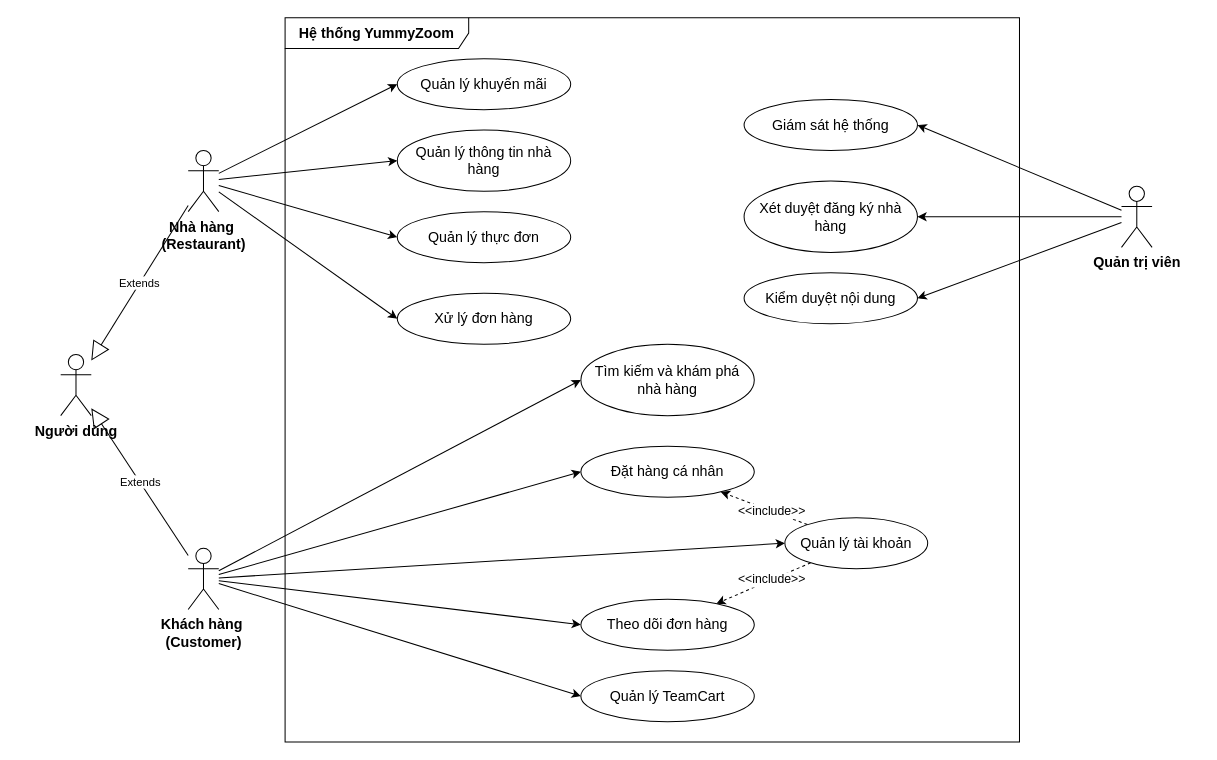
Earlier version of the draw.io diagram report/res/diagrams/usecase_overview.drawio (hoangvu1420/YummyZoom). Source tidied: cells renumbered, new cells numbered last; positions are measured from the earlier drawing's top-left corner, leaving out a move shared by most shapes. Both pictures are drawn from the tidied source at 102%, with x=0, y=0 at pixel (60, 17).
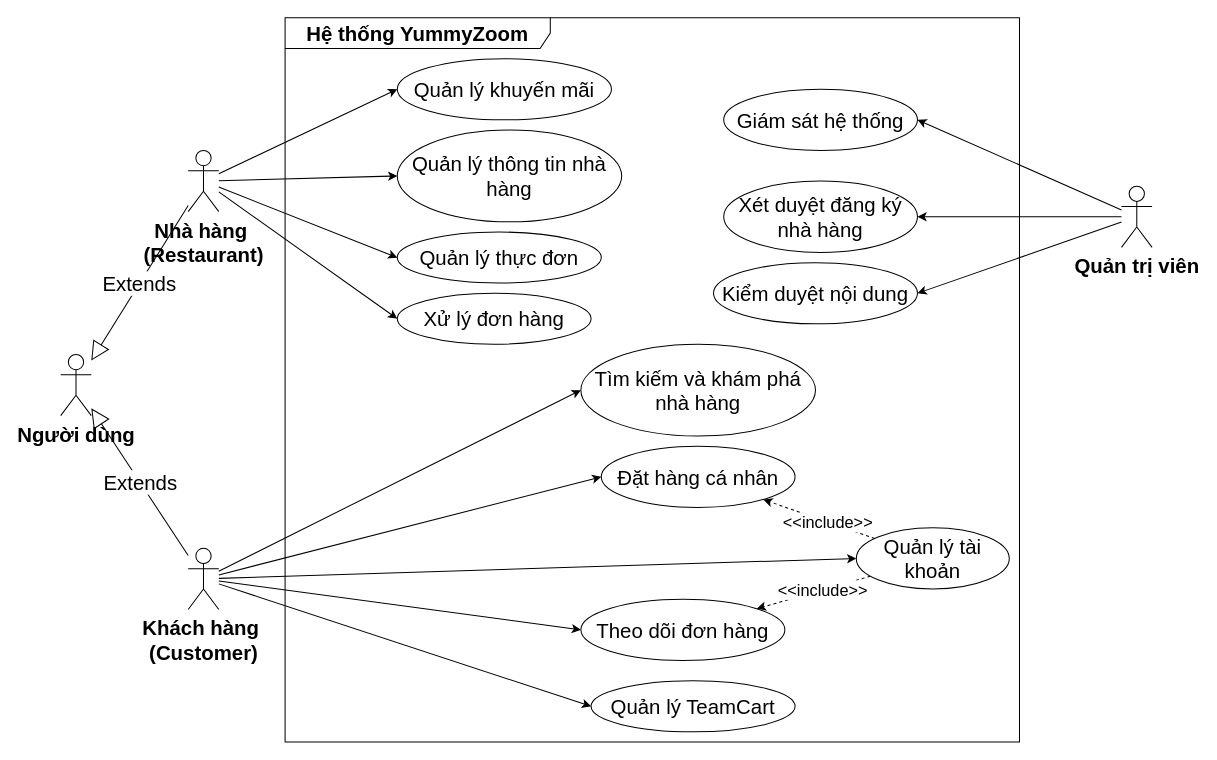
After the change.

Diff of the diagram source:
```diff
@@
-    <mxCell id="2" value="&lt;font style=&quot;font-size: 14px;&quot;&gt;&lt;b&gt;Người dùng&lt;/b&gt;&lt;/font&gt;" style="shape=umlActor;verticalLabelPosition=bottom;verticalAlign=top;html=1;outlineConnect=0;" parent="1" vertex="1">
+    <mxCell id="2" value="&lt;font style=&quot;font-size: 20px;&quot;&gt;&lt;b style=&quot;font-size: 20px;&quot;&gt;Người dùng&lt;/b&gt;&lt;/font&gt;" style="shape=umlActor;verticalLabelPosition=bottom;verticalAlign=top;html=1;outlineConnect=0;fontSize=20;" parent="1" vertex="1">
       <mxGeometry y="330" width="30" height="60" as="geometry" />
     </mxCell>
-    <mxCell id="3" value="&lt;font style=&quot;font-size: 14px;&quot;&gt;&lt;b&gt;Khách hàng&amp;nbsp;&lt;/b&gt;&lt;/font&gt;&lt;div style=&quot;font-size: 14px;&quot;&gt;&lt;font style=&quot;font-size: 14px;&quot;&gt;&lt;b&gt;(Customer)&lt;/b&gt;&lt;/font&gt;&lt;/div&gt;" style="shape=umlActor;verticalLabelPosition=bottom;verticalAlign=top;html=1;outlineConnect=0;" parent="1" vertex="1">
+    <mxCell id="3" value="&lt;font style=&quot;font-size: 20px;&quot;&gt;&lt;b style=&quot;font-size: 20px;&quot;&gt;Khách hàng&amp;nbsp;&lt;/b&gt;&lt;/font&gt;&lt;div style=&quot;font-size: 20px;&quot;&gt;&lt;font style=&quot;font-size: 20px;&quot;&gt;&lt;b style=&quot;font-size: 20px;&quot;&gt;(Customer)&lt;/b&gt;&lt;/font&gt;&lt;/div&gt;" style="shape=umlActor;verticalLabelPosition=bottom;verticalAlign=top;html=1;outlineConnect=0;fontSize=20;" parent="1" vertex="1">
       <mxGeometry x="125" y="520" width="30" height="60" as="geometry" />
     </mxCell>
-    <mxCell id="4" value="Extends" style="endArrow=block;endSize=16;endFill=0;html=1;rounded=0;" parent="1" edge="1" source="3" target="2">
+    <mxCell id="4" value="Extends" style="endArrow=block;endSize=16;endFill=0;html=1;rounded=0;fontSize=20;" parent="1" edge="1" source="3" target="2">
       <mxGeometry relative="1" as="geometry" />
     </mxCell>
-    <mxCell id="5" style="rounded=0;jettySize=auto;html=1;entryX=0;entryY=0.5;entryDx=0;entryDy=0;" parent="1" edge="1" source="6" target="9">
+    <mxCell id="5" style="rounded=0;jettySize=auto;html=1;entryX=0;entryY=0.5;entryDx=0;entryDy=0;fontSize=20;" parent="1" edge="1" source="6" target="9">
       <mxGeometry relative="1" as="geometry" />
     </mxCell>
-    <mxCell id="6" value="&lt;font style=&quot;font-size: 14px;&quot;&gt;&lt;b&gt;Nhà hàng&amp;nbsp;&lt;/b&gt;&lt;/font&gt;&lt;div style=&quot;font-size: 14px;&quot;&gt;&lt;font style=&quot;font-size: 14px;&quot;&gt;&lt;b&gt;(Restaurant)&lt;/b&gt;&lt;/font&gt;&lt;/div&gt;" style="shape=umlActor;verticalLabelPosition=bottom;verticalAlign=top;html=1;outlineConnect=0;" parent="1" vertex="1">
+    <mxCell id="6" value="&lt;font style=&quot;font-size: 20px;&quot;&gt;&lt;b style=&quot;font-size: 20px;&quot;&gt;Nhà hàng&amp;nbsp;&lt;/b&gt;&lt;/font&gt;&lt;div style=&quot;font-size: 20px;&quot;&gt;&lt;font style=&quot;font-size: 20px;&quot;&gt;&lt;b style=&quot;font-size: 20px;&quot;&gt;(Restaurant)&lt;/b&gt;&lt;/font&gt;&lt;/div&gt;" style="shape=umlActor;verticalLabelPosition=bottom;verticalAlign=top;html=1;outlineConnect=0;fontSize=20;" parent="1" vertex="1">
       <mxGeometry x="125" y="130" width="30" height="60" as="geometry" />
     </mxCell>
-    <mxCell id="7" value="Extends" style="endArrow=block;endSize=16;endFill=0;html=1;rounded=0;" parent="1" edge="1" source="6" target="2">
+    <mxCell id="7" value="Extends" style="endArrow=block;endSize=16;endFill=0;html=1;rounded=0;fontSize=20;" parent="1" edge="1" source="6" target="2">
       <mxGeometry relative="1" as="geometry" />
     </mxCell>
-    <mxCell id="8" value="&lt;font style=&quot;font-size: 14px;&quot;&gt;Hệ thống YummyZoom&lt;/font&gt;" style="shape=umlFrame;whiteSpace=wrap;html=1;width=180;height=30;fontStyle=1;" parent="1" vertex="1">
+    <mxCell id="8" value="&lt;font style=&quot;font-size: 20px;&quot;&gt;Hệ thống YummyZoom&lt;/font&gt;" style="shape=umlFrame;whiteSpace=wrap;html=1;width=260;height=30;fontStyle=1;fontSize=20;" parent="1" vertex="1">
       <mxGeometry x="220" width="720" height="710" as="geometry" />
     </mxCell>
-    <mxCell id="9" value="Quản lý khuyến mãi" style="ellipse;whiteSpace=wrap;html=1;fontSize=14;" parent="1" vertex="1">
-      <mxGeometry x="330" y="40" width="170" height="50" as="geometry" />
+    <mxCell id="9" value="Quản lý khuyến mãi" style="ellipse;whiteSpace=wrap;html=1;fontSize=20;" parent="1" vertex="1">
+      <mxGeometry x="330" y="40" width="210" height="60" as="geometry" />
     </mxCell>
-    <mxCell id="10" value="Quản lý thông tin nhà hàng" style="ellipse;whiteSpace=wrap;html=1;fontSize=14;" parent="1" vertex="1">
-      <mxGeometry x="330" y="110" width="170" height="60" as="geometry" />
+    <mxCell id="10" value="Quản lý thông tin nhà hàng" style="ellipse;whiteSpace=wrap;html=1;fontSize=20;" parent="1" vertex="1">
+      <mxGeometry x="330" y="110" width="220" height="90" as="geometry" />
     </mxCell>
-    <mxCell id="11" value="Quản lý thực đơn" style="ellipse;whiteSpace=wrap;html=1;fontSize=14;" parent="1" vertex="1">
-      <mxGeometry x="330" y="190" width="170" height="50" as="geometry" />
+    <mxCell id="11" value="Quản lý thực đơn" style="ellipse;whiteSpace=wrap;html=1;fontSize=20;" parent="1" vertex="1">
+      <mxGeometry x="330" y="210" width="200" height="50" as="geometry" />
     </mxCell>
-    <mxCell id="12" value="Xử lý đơn hàng" style="ellipse;whiteSpace=wrap;html=1;fontSize=14;" parent="1" vertex="1">
-      <mxGeometry x="330" y="270" width="170" height="50" as="geometry" />
+    <mxCell id="12" value="Xử lý đơn hàng" style="ellipse;whiteSpace=wrap;html=1;fontSize=20;" parent="1" vertex="1">
+      <mxGeometry x="330" y="270" width="190" height="50" as="geometry" />
     </mxCell>
-    <mxCell id="13" value="Tìm kiếm và khám phá nhà hàng" style="ellipse;whiteSpace=wrap;html=1;fontSize=14;" parent="1" vertex="1">
-      <mxGeometry x="510" y="320" width="170" height="70" as="geometry" />
+    <mxCell id="13" value="Tìm kiếm và khám phá nhà hàng" style="ellipse;whiteSpace=wrap;html=1;fontSize=20;" parent="1" vertex="1">
+      <mxGeometry x="510" y="320" width="230" height="90" as="geometry" />
     </mxCell>
-    <mxCell id="14" style="rounded=0;jettySize=auto;html=1;dashed=1;fontSize=14;" parent="1" edge="1" source="16" target="18">
+    <mxCell id="14" style="rounded=0;jettySize=auto;html=1;dashed=1;fontSize=20;" parent="1" edge="1" source="16" target="18">
       <mxGeometry relative="1" as="geometry" />
     </mxCell>
-    <mxCell id="15" value="&amp;lt;&amp;lt;include&amp;gt;&amp;gt;" style="edgeLabel;html=1;align=center;verticalAlign=middle;fontSize=12;" parent="14" vertex="1">
+    <mxCell id="15" value="&amp;lt;&amp;lt;include&amp;gt;&amp;gt;" style="edgeLabel;html=1;align=center;verticalAlign=middle;fontSize=16;" parent="14" vertex="1">
       <mxGeometry x="-0.16" relative="1" as="geometry" />
     </mxCell>
-    <mxCell id="16" value="Quản lý tài khoản" style="ellipse;whiteSpace=wrap;html=1;fontSize=14;" parent="1" vertex="1">
-      <mxGeometry x="710" y="490" width="140" height="50" as="geometry" />
+    <mxCell id="16" value="Quản lý tài khoản" style="ellipse;whiteSpace=wrap;html=1;fontSize=20;" parent="1" vertex="1">
+      <mxGeometry x="780" y="500" width="150" height="60" as="geometry" />
     </mxCell>
-    <mxCell id="17" value="Đặt hàng cá nhân" style="ellipse;whiteSpace=wrap;html=1;fontSize=14;" parent="1" vertex="1">
-      <mxGeometry x="510" y="420" width="170" height="50" as="geometry" />
+    <mxCell id="17" value="Đặt hàng cá nhân" style="ellipse;whiteSpace=wrap;html=1;fontSize=20;" parent="1" vertex="1">
+      <mxGeometry x="530" y="420" width="190" height="60" as="geometry" />
     </mxCell>
-    <mxCell id="18" value="Theo dõi đơn hàng" style="ellipse;whiteSpace=wrap;html=1;fontSize=14;" parent="1" vertex="1">
-      <mxGeometry x="510" y="570" width="170" height="50" as="geometry" />
+    <mxCell id="18" value="Theo dõi đơn hàng" style="ellipse;whiteSpace=wrap;html=1;fontSize=20;" parent="1" vertex="1">
+      <mxGeometry x="510" y="570" width="200" height="60" as="geometry" />
     </mxCell>
-    <mxCell id="19" value="Quản lý TeamCart" style="ellipse;whiteSpace=wrap;html=1;fontSize=14;" parent="1" vertex="1">
-      <mxGeometry x="510" y="640" width="170" height="50" as="geometry" />
+    <mxCell id="19" value="Quản lý TeamCart" style="ellipse;whiteSpace=wrap;html=1;fontSize=20;" parent="1" vertex="1">
+      <mxGeometry x="520" y="650" width="200" height="50" as="geometry" />
     </mxCell>
-    <mxCell id="20" style="rounded=0;jettySize=auto;html=1;entryX=0;entryY=0.5;entryDx=0;entryDy=0;" parent="1" edge="1" source="6" target="10">
+    <mxCell id="20" style="rounded=0;jettySize=auto;html=1;entryX=0;entryY=0.5;entryDx=0;entryDy=0;fontSize=20;" parent="1" edge="1" source="6" target="10">
       <mxGeometry relative="1" as="geometry" />
     </mxCell>
-    <mxCell id="21" style="rounded=0;jettySize=auto;html=1;entryX=0;entryY=0.5;entryDx=0;entryDy=0;" parent="1" edge="1" source="6" target="11">
+    <mxCell id="21" style="rounded=0;jettySize=auto;html=1;entryX=0;entryY=0.5;entryDx=0;entryDy=0;fontSize=20;" parent="1" edge="1" source="6" target="11">
       <mxGeometry relative="1" as="geometry" />
     </mxCell>
-    <mxCell id="22" style="rounded=0;jettySize=auto;html=1;entryX=0;entryY=0.5;entryDx=0;entryDy=0;" parent="1" edge="1" source="6" target="12">
+    <mxCell id="22" style="rounded=0;jettySize=auto;html=1;entryX=0;entryY=0.5;entryDx=0;entryDy=0;fontSize=20;" parent="1" edge="1" source="6" target="12">
       <mxGeometry relative="1" as="geometry" />
     </mxCell>
-    <mxCell id="23" style="rounded=0;jettySize=auto;html=1;entryX=0;entryY=0.5;entryDx=0;entryDy=0;" parent="1" edge="1" source="3" target="13">
+    <mxCell id="23" style="rounded=0;jettySize=auto;html=1;entryX=0;entryY=0.5;entryDx=0;entryDy=0;fontSize=20;" parent="1" edge="1" source="3" target="13">
       <mxGeometry relative="1" as="geometry" />
     </mxCell>
-    <mxCell id="24" style="rounded=0;jettySize=auto;html=1;entryX=0;entryY=0.5;entryDx=0;entryDy=0;" parent="1" edge="1" source="3" target="16">
+    <mxCell id="24" style="rounded=0;jettySize=auto;html=1;entryX=0;entryY=0.5;entryDx=0;entryDy=0;fontSize=20;" parent="1" edge="1" source="3" target="16">
       <mxGeometry relative="1" as="geometry" />
     </mxCell>
-    <mxCell id="25" style="rounded=0;jettySize=auto;html=1;entryX=0;entryY=0.5;entryDx=0;entryDy=0;" parent="1" edge="1" source="3" target="17">
+    <mxCell id="25" style="rounded=0;jettySize=auto;html=1;entryX=0;entryY=0.5;entryDx=0;entryDy=0;fontSize=20;" parent="1" edge="1" source="3" target="17">
       <mxGeometry relative="1" as="geometry" />
     </mxCell>
-    <mxCell id="26" style="rounded=0;jettySize=auto;html=1;entryX=0;entryY=0.5;entryDx=0;entryDy=0;" parent="1" edge="1" source="3" target="18">
+    <mxCell id="26" style="rounded=0;jettySize=auto;html=1;entryX=0;entryY=0.5;entryDx=0;entryDy=0;fontSize=20;" parent="1" edge="1" source="3" target="18">
       <mxGeometry relative="1" as="geometry" />
     </mxCell>
-    <mxCell id="27" style="rounded=0;jettySize=auto;html=1;entryX=0;entryY=0.5;entryDx=0;entryDy=0;" parent="1" edge="1" source="3" target="19">
+    <mxCell id="27" style="rounded=0;jettySize=auto;html=1;entryX=0;entryY=0.5;entryDx=0;entryDy=0;fontSize=20;" parent="1" edge="1" source="3" target="19">
       <mxGeometry relative="1" as="geometry" />
     </mxCell>
-    <mxCell id="28" style="rounded=0;jettySize=auto;html=1;dashed=1;fontSize=14;" parent="1" edge="1" source="16" target="17">
+    <mxCell id="28" style="rounded=0;jettySize=auto;html=1;dashed=1;fontSize=20;" parent="1" edge="1" source="16" target="17">
       <mxGeometry relative="1" as="geometry" />
     </mxCell>
-    <mxCell id="29" value="&amp;lt;&amp;lt;include&amp;gt;&amp;gt;" style="edgeLabel;html=1;align=center;verticalAlign=middle;fontSize=12;" parent="28" vertex="1">
+    <mxCell id="29" value="&amp;lt;&amp;lt;include&amp;gt;&amp;gt;" style="edgeLabel;html=1;align=center;verticalAlign=middle;fontSize=16;" parent="28" vertex="1">
       <mxGeometry x="-0.16" relative="1" as="geometry" />
     </mxCell>
-    <mxCell id="30" style="rounded=0;jettySize=auto;html=1;entryX=1;entryY=0.5;entryDx=0;entryDy=0;" parent="1" edge="1" source="31" target="32">
+    <mxCell id="30" style="rounded=0;jettySize=auto;html=1;entryX=1;entryY=0.5;entryDx=0;entryDy=0;fontSize=20;" parent="1" edge="1" source="31" target="32">
       <mxGeometry relative="1" as="geometry" />
     </mxCell>
-    <mxCell id="31" value="&lt;font style=&quot;font-size: 14px;&quot;&gt;Quản trị viên&lt;/font&gt;" style="shape=umlActor;verticalLabelPosition=bottom;verticalAlign=top;html=1;outlineConnect=0;fontSize=14;fontStyle=1;" parent="1" vertex="1">
+    <mxCell id="31" value="&lt;font style=&quot;font-size: 20px;&quot;&gt;Quản trị viên&lt;/font&gt;" style="shape=umlActor;verticalLabelPosition=bottom;verticalAlign=top;html=1;outlineConnect=0;fontSize=20;fontStyle=1;" parent="1" vertex="1">
       <mxGeometry x="1040" y="165" width="30" height="60" as="geometry" />
     </mxCell>
-    <mxCell id="32" value="Giám sát hệ thống" style="ellipse;whiteSpace=wrap;html=1;fontSize=14;" parent="1" vertex="1">
-      <mxGeometry x="670" y="80" width="170" height="50" as="geometry" />
+    <mxCell id="32" value="Giám sát hệ thống" style="ellipse;whiteSpace=wrap;html=1;fontSize=20;" parent="1" vertex="1">
+      <mxGeometry x="650" y="70" width="190" height="60" as="geometry" />
     </mxCell>
-    <mxCell id="33" value="Xét duyệt đăng ký nhà hàng" style="ellipse;whiteSpace=wrap;html=1;fontSize=14;" parent="1" vertex="1">
-      <mxGeometry x="670" y="160" width="170" height="70" as="geometry" />
+    <mxCell id="33" value="Xét duyệt đăng ký nhà hàng" style="ellipse;whiteSpace=wrap;html=1;fontSize=20;" parent="1" vertex="1">
+      <mxGeometry x="650" y="160" width="190" height="70" as="geometry" />
     </mxCell>
-    <mxCell id="34" value="Kiểm duyệt nội dung" style="ellipse;whiteSpace=wrap;html=1;fontSize=14;" parent="1" vertex="1">
-      <mxGeometry x="670" y="250" width="170" height="50" as="geometry" />
+    <mxCell id="34" value="Kiểm duyệt nội dung" style="ellipse;whiteSpace=wrap;html=1;fontSize=20;" parent="1" vertex="1">
+      <mxGeometry x="640" y="240" width="200" height="60" as="geometry" />
     </mxCell>
-    <mxCell id="35" style="rounded=0;jettySize=auto;html=1;entryX=1;entryY=0.5;entryDx=0;entryDy=0;" parent="1" edge="1" source="31" target="33">
+    <mxCell id="35" style="rounded=0;jettySize=auto;html=1;entryX=1;entryY=0.5;entryDx=0;entryDy=0;fontSize=20;" parent="1" edge="1" source="31" target="33">
       <mxGeometry relative="1" as="geometry" />
     </mxCell>
-    <mxCell id="36" style="rounded=0;jettySize=auto;html=1;entryX=1;entryY=0.5;entryDx=0;entryDy=0;" parent="1" edge="1" source="31" target="34">
+    <mxCell id="36" style="rounded=0;jettySize=auto;html=1;entryX=1;entryY=0.5;entryDx=0;entryDy=0;fontSize=20;" parent="1" edge="1" source="31" target="34">
       <mxGeometry relative="1" as="geometry" />
     </mxCell>
```
